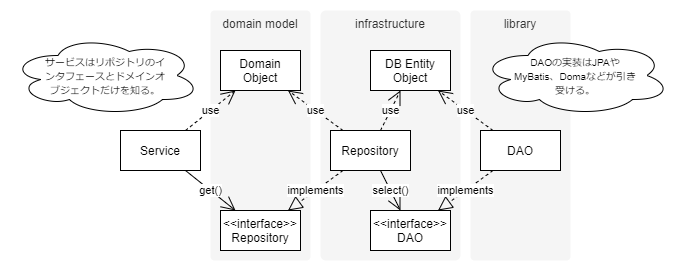
blog-fukuchiharuki-me/blog-fukuchiharuki-me.github.io keeps this draw.io diagram as images/2018-03-05-use-repository-and-dao-according-to-the-purpose/class-diagram.png. Above is the earlier version. Source tidied: cells renumbered, new cells last; positions are measured from the earlier drawing's top-left corner, leaving out a move shared by most shapes.
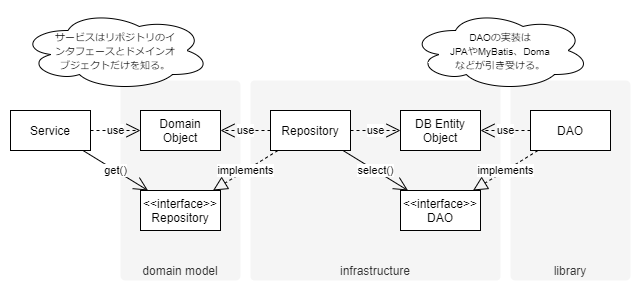
After the change.

Commit message:
style: 図のレイアウト

The edit, as a diff of the source:
```diff
@@ -2,35 +2,35 @@
   <root>
     <mxCell id="0" />
     <mxCell id="1" parent="0" />
-    <mxCell id="2" value="library" style="rounded=1;whiteSpace=wrap;html=1;fillColor=#f5f5f5;strokeColor=none;fontColor=#333333;arcSize=4;verticalAlign=top;" parent="1" vertex="1">
-      <mxGeometry x="460" width="100" height="250" as="geometry" />
+    <mxCell id="2" value="library" style="rounded=1;whiteSpace=wrap;html=1;fillColor=#f5f5f5;strokeColor=none;fontColor=#333333;arcSize=4;verticalAlign=bottom;" parent="1" vertex="1">
+      <mxGeometry x="560" y="90" width="120" height="200" as="geometry" />
     </mxCell>
-    <mxCell id="3" value="infrastructure" style="rounded=1;whiteSpace=wrap;html=1;fillColor=#f5f5f5;strokeColor=none;fontColor=#333333;arcSize=4;verticalAlign=top;" parent="1" vertex="1">
-      <mxGeometry x="310" width="140" height="250" as="geometry" />
+    <mxCell id="3" value="infrastructure" style="rounded=1;whiteSpace=wrap;html=1;fillColor=#f5f5f5;strokeColor=none;fontColor=#333333;arcSize=2;verticalAlign=bottom;" parent="1" vertex="1">
+      <mxGeometry x="300" y="90" width="250" height="200" as="geometry" />
     </mxCell>
-    <mxCell id="4" value="domain model" style="rounded=1;whiteSpace=wrap;html=1;fillColor=#f5f5f5;strokeColor=none;fontColor=#333333;arcSize=4;verticalAlign=top;" parent="1" vertex="1">
-      <mxGeometry x="200" width="100" height="250" as="geometry" />
+    <mxCell id="4" value="domain model" style="rounded=1;whiteSpace=wrap;html=1;fillColor=#f5f5f5;strokeColor=none;fontColor=#333333;arcSize=4;verticalAlign=bottom;" parent="1" vertex="1">
+      <mxGeometry x="170" y="90" width="120" height="200" as="geometry" />
     </mxCell>
     <mxCell id="5" value="Service" style="rounded=0;whiteSpace=wrap;html=1;" parent="1" vertex="1">
-      <mxGeometry x="110" y="120" width="80" height="40" as="geometry" />
+      <mxGeometry x="60" y="120" width="80" height="40" as="geometry" />
     </mxCell>
     <mxCell id="6" value="Repository" style="rounded=0;whiteSpace=wrap;html=1;" parent="1" vertex="1">
       <mxGeometry x="320" y="120" width="80" height="40" as="geometry" />
     </mxCell>
     <mxCell id="7" value="&amp;lt;&amp;lt;interface&amp;gt;&amp;gt;&lt;br&gt;Repository" style="rounded=0;whiteSpace=wrap;html=1;" parent="1" vertex="1">
-      <mxGeometry x="210" y="200" width="80" height="40" as="geometry" />
+      <mxGeometry x="190" y="200" width="80" height="40" as="geometry" />
     </mxCell>
     <mxCell id="8" value="&amp;lt;&amp;lt;interface&amp;gt;&amp;gt;&lt;br&gt;DAO" style="rounded=0;whiteSpace=wrap;html=1;" parent="1" vertex="1">
-      <mxGeometry x="360" y="200" width="80" height="40" as="geometry" />
+      <mxGeometry x="450" y="200" width="80" height="40" as="geometry" />
     </mxCell>
     <mxCell id="9" value="DAO" style="rounded=0;whiteSpace=wrap;html=1;" parent="1" vertex="1">
-      <mxGeometry x="470" y="120" width="80" height="40" as="geometry" />
+      <mxGeometry x="580" y="120" width="80" height="40" as="geometry" />
     </mxCell>
     <mxCell id="10" value="Domain&lt;br&gt;Object" style="rounded=0;whiteSpace=wrap;html=1;" parent="1" vertex="1">
-      <mxGeometry x="210" y="40" width="80" height="40" as="geometry" />
+      <mxGeometry x="190" y="120" width="80" height="40" as="geometry" />
     </mxCell>
     <mxCell id="11" value="DB Entity&lt;br&gt;Object" style="rounded=0;whiteSpace=wrap;html=1;" parent="1" vertex="1">
-      <mxGeometry x="360" y="40" width="80" height="40" as="geometry" />
+      <mxGeometry x="450" y="120" width="80" height="40" as="geometry" />
     </mxCell>
     <mxCell id="12" value="implements" style="endArrow=block;dashed=1;endFill=0;endSize=12;html=1;" parent="1" edge="1" source="6" target="7">
       <mxGeometry relative="1" as="geometry" />
@@ -57,10 +57,10 @@
       <mxGeometry relative="1" as="geometry" />
     </mxCell>
     <mxCell id="20" value="&lt;span style=&quot;font-size: 10px ; text-align: left ; white-space: normal&quot;&gt;サービスはリポジトリのインタフェースとドメインオブジェクトだけを知る。&lt;/span&gt;" style="ellipse;shape=cloud;whiteSpace=wrap;html=1;spacingRight=32;spacingLeft=32;" parent="1" vertex="1">
-      <mxGeometry y="25" width="190" height="80" as="geometry" />
+      <mxGeometry x="70" y="20" width="190" height="80" as="geometry" />
     </mxCell>
-    <mxCell id="21" value="&lt;span style=&quot;font-size: 10px ; text-align: left&quot;&gt;DAOの実装はJPAやMyBatis、Domaなどが引き受ける。&lt;/span&gt;" style="ellipse;shape=cloud;whiteSpace=wrap;html=1;spacingRight=32;spacingLeft=32;" parent="1" vertex="1">
-      <mxGeometry x="470" y="25" width="190" height="80" as="geometry" />
+    <mxCell id="21" value="&lt;span style=&quot;font-size: 10px ; text-align: left&quot;&gt;DAOの実装は&lt;br&gt;JPAやMyBatis、Doma&lt;br&gt;などが引き受ける。&lt;/span&gt;" style="ellipse;shape=cloud;whiteSpace=wrap;html=1;spacingRight=32;spacingLeft=32;" parent="1" vertex="1">
+      <mxGeometry x="460" y="20" width="180" height="80" as="geometry" />
     </mxCell>
   </root>
 </mxGraphModel>
```
